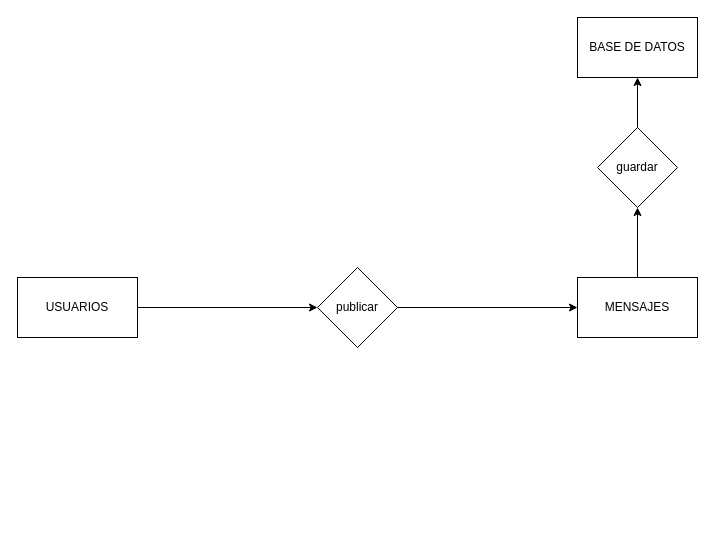
Above: Untitled Diagram.drawio in MarcPadrell/Team-4-ta12 (draw.io), before the change. Source tidied: cells renumbered, new cells numbered last; positions are measured from the earlier drawing's top-left corner, leaving out a move shared by most shapes. Both pictures are drawn from the tidied source at 100%, with x=0, y=0 at pixel (17, 17).
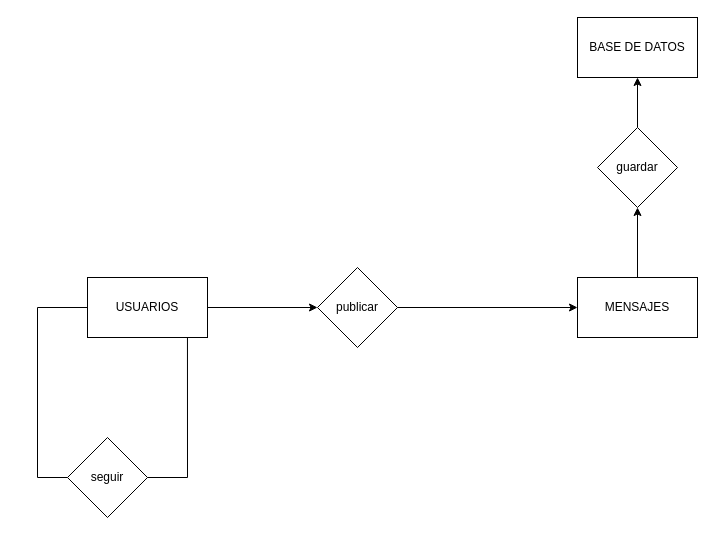
The same page after the edit.

The change refers to these unchanged cells:
```xml
<mxCell id="6" value="publicar" style="rhombus;whiteSpace=wrap;html=1;" parent="1" vertex="1">
  <mxGeometry x="300" y="250" width="80" height="80" as="geometry" />
</mxCell>
```

Diff of the diagram source:
```diff
@@
-    <mxCell id="2" style="edgeStyle=orthogonalEdgeStyle;rounded=0;jettySize=auto;html=1;exitX=1;exitY=0.5;exitDx=0;exitDy=0;entryX=0;entryY=0.5;entryDx=0;entryDy=0;" parent="1" edge="1" source="3" target="6">
+    <mxCell id="2" style="edgeStyle=orthogonalEdgeStyle;rounded=0;jettySize=auto;html=1;entryX=0;entryY=0.5;entryDx=0;entryDy=0;exitX=1;exitY=0.5;exitDx=0;exitDy=0;" parent="1" edge="1" source="3" target="6">
       <mxGeometry relative="1" as="geometry" />
     </mxCell>
     <mxCell id="3" value="USUARIOS" style="rounded=0;whiteSpace=wrap;html=1;" parent="1" vertex="1">
-      <mxGeometry y="260" width="120" height="60" as="geometry" />
+      <mxGeometry x="70" y="260" width="120" height="60" as="geometry" />
     </mxCell>
@@
+    <mxCell id="11" value="seguir" style="rhombus;whiteSpace=wrap;html=1;" parent="1" vertex="1">
+      <mxGeometry x="50" y="420" width="80" height="80" as="geometry" />
+    </mxCell>
+    <mxCell id="12" style="endArrow=none;html=1;rounded=0;entryX=0;entryY=0.5;entryDx=0;entryDy=0;" parent="1" edge="1" target="3">
+      <mxGeometry relative="1" as="geometry">
+        <mxPoint x="20" y="460" as="sourcePoint" />
+        <Array as="points">
+          <mxPoint x="20" y="290" />
+        </Array>
+      </mxGeometry>
+    </mxCell>
+    <mxCell id="13" style="endArrow=none;html=1;rounded=0;entryX=0;entryY=0.5;entryDx=0;entryDy=0;" parent="1" edge="1" target="11">
+      <mxGeometry relative="1" as="geometry">
+        <mxPoint x="20" y="460" as="sourcePoint" />
+        <Array as="points">
+          <mxPoint x="20" y="460" />
+        </Array>
+      </mxGeometry>
+    </mxCell>
+    <mxCell id="14" style="endArrow=none;html=1;rounded=0;entryX=0.833;entryY=1;entryDx=0;entryDy=0;entryPerimeter=0;exitX=1;exitY=0.5;exitDx=0;exitDy=0;" parent="1" edge="1" source="11" target="3">
+      <mxGeometry relative="1" as="geometry">
+        <Array as="points">
+          <mxPoint x="170" y="460" />
+        </Array>
+      </mxGeometry>
+    </mxCell>
```
